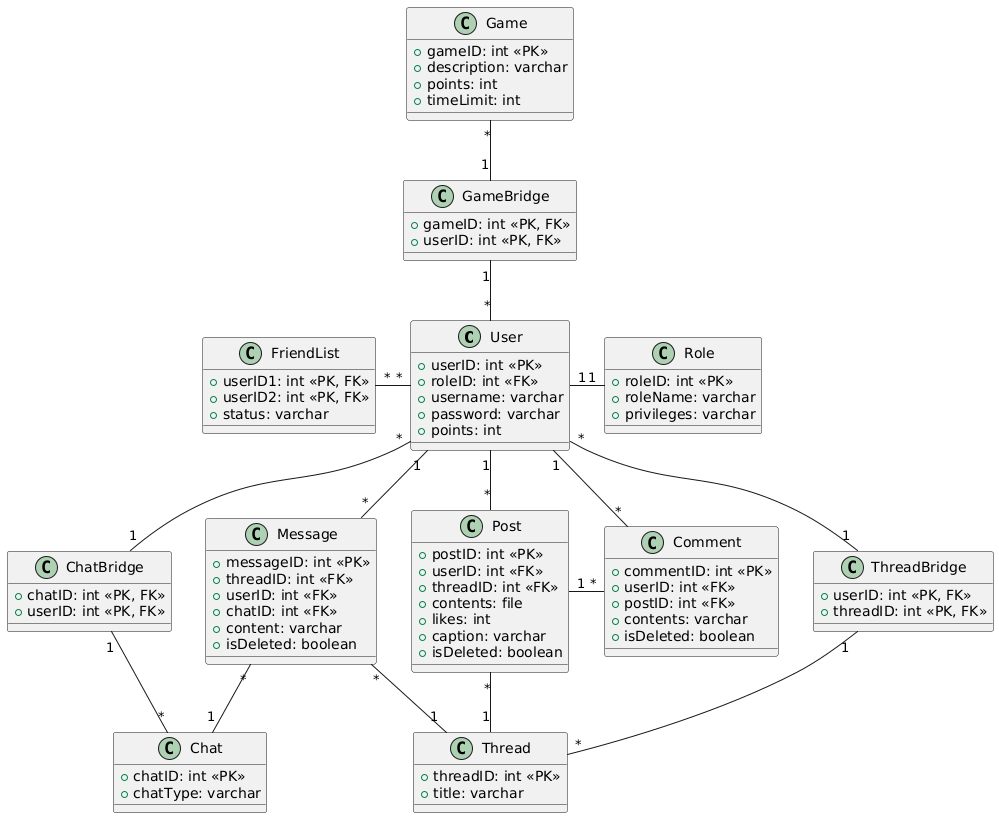
Above: Project/Documentation/ERD/ERD.png in AbSharum/CodeTogether (PlantUML), before the change. Source of this version:
```plantuml
@startuml
class User {
  +userID: int <<PK>>
  +roleID: int <<FK>>
  +username: varchar
  +password: varchar
  +points: int
}

class Role {
  +roleID: int <<PK>>
  +roleName: varchar
  +privileges: varchar
}

class FriendList {
  +userID1: int <<PK, FK>>
  +userID2: int <<PK, FK>>
  +status: varchar
}

class Post {
  +postID: int <<PK>>
  +userID: int <<FK>>
  +threadID: int <<FK>>
  +contents: file
  +likes: int
  +caption: varchar
  +isDeleted: boolean
}

class Comment {
  +commentID: int <<PK>>
  +userID: int <<FK>>
  +postID: int <<FK>>
  +contents: varchar
  +isDeleted: boolean
}

class Thread {
  +threadID: int <<PK>>
  +title: varchar
}

class ThreadBridge {
  +userID: int <<PK, FK>>
  +threadID: int <<PK, FK>>
}

class Chat {
  +chatID: int <<PK>>
  +chatType: varchar
}

class ChatBridge {
  +chatID: int <<PK, FK>>
  +userID: int <<PK, FK>>
}

class Message {
  +messageID: int <<PK>>
  +threadID: int <<FK>>
  +userID: int <<FK>>
  +chatID: int <<FK>>
  +content: varchar
  +isDeleted: boolean
}

class Game {
  +gameID: int <<PK>>
  +description: varchar
  +points: int
  +timeLimit: int
}

class GameBridge {
  +gameID: int <<PK, FK>>
  +userID: int <<PK, FK>>
}

User "1" -right- "1" Role
User "*" -left- "*" FriendList
User "1" -- "*" Post
User "1" -left- "*" Comment
User "1" -- "*" Message
User "*" -down- "1" ThreadBridge
User "*" -- "1" ChatBridge
User "*" -up- "1" GameBridge
ChatBridge "1" -down- "*" Chat
ThreadBridge "1" -- "*" Thread
Thread "1" -up- "*" Message
Thread "1" -up- "*" Post
Post "1" -right- "*" Comment
Chat "1" -left- "*" Message
Game "*" -down- "1" GameBridge
@enduml
```
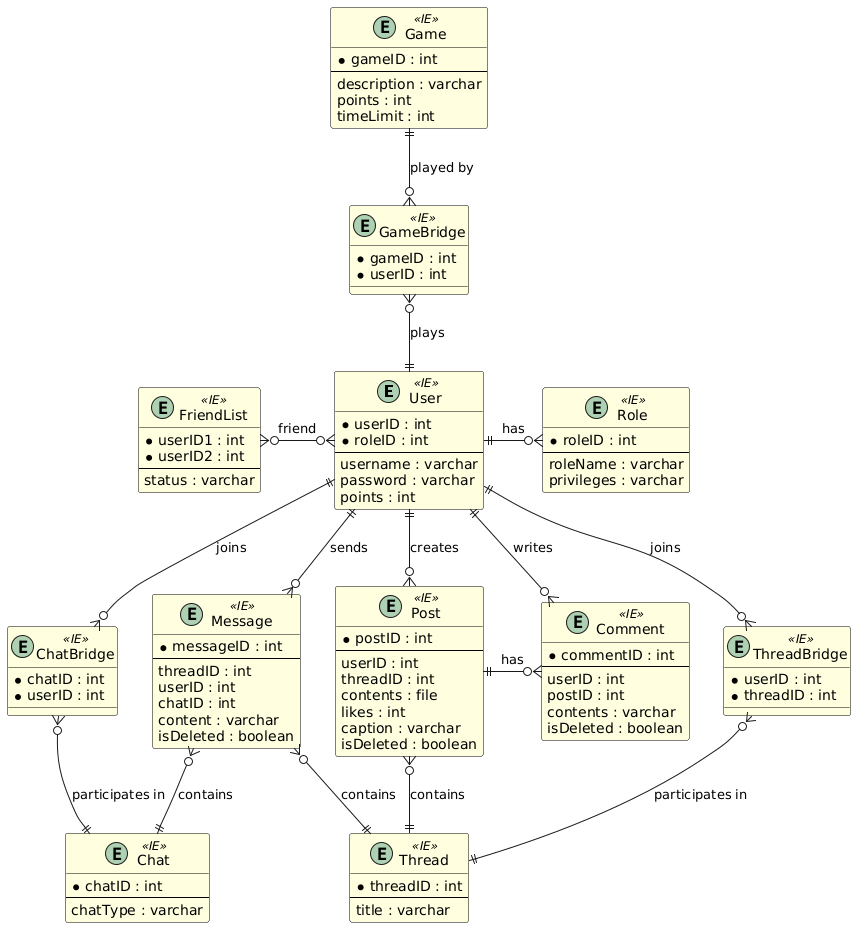
Later version of the same file.

Commit message:
update ERD uml

Change to the diagram source:
```diff
@@ -1,96 +1,111 @@
 @startuml
-class User {
-  +userID: int <<PK>>
-  +roleID: int <<FK>>
-  +username: varchar
-  +password: varchar
-  +points: int
+skinparam class {
+  BackgroundColor<<IE>> LightYellow
+  BorderColor<<IE>> Black
 }
 
-class Role {
-  +roleID: int <<PK>>
-  +roleName: varchar
-  +privileges: varchar
+entity User <<IE>> {
+  * userID : int
+  * roleID : int
+  --
+    username : varchar
+    password : varchar
+    points : int
 }
 
-class FriendList {
-  +userID1: int <<PK, FK>>
-  +userID2: int <<PK, FK>>
-  +status: varchar
+entity Role <<IE>> {
+  * roleID : int
+  --
+    roleName : varchar
+    privileges : varchar
 }
 
-class Post {
-  +postID: int <<PK>>
-  +userID: int <<FK>>
-  +threadID: int <<FK>>
-  +contents: file
-  +likes: int
-  +caption: varchar
-  +isDeleted: boolean
+entity FriendList <<IE>> {
+  * userID1 : int
+  * userID2 : int
+  --
+    status : varchar
 }
 
-class Comment {
-  +commentID: int <<PK>>
-  +userID: int <<FK>>
-  +postID: int <<FK>>
-  +contents: varchar
-  +isDeleted: boolean
+entity Post <<IE>> {
+  * postID : int
+  --
+    userID : int
+    threadID : int
+    contents : file
+    likes : int
+    caption : varchar
+    isDeleted : boolean
 }
 
-class Thread {
-  +threadID: int <<PK>>
-  +title: varchar
+entity Comment <<IE>> {
+  * commentID : int
+  --
+    userID : int
+    postID : int
+    contents : varchar
+    isDeleted : boolean
 }
 
-class ThreadBridge {
-  +userID: int <<PK, FK>>
-  +threadID: int <<PK, FK>>
+entity Thread <<IE>> {
+  * threadID : int
+  --
+    title : varchar
 }
 
-class Chat {
-  +chatID: int <<PK>>
-  +chatType: varchar
+entity ThreadBridge <<IE>> {
+  * userID : int
+  * threadID : int
 }
 
-class ChatBridge {
-  +chatID: int <<PK, FK>>
-  +userID: int <<PK, FK>>
+entity Chat <<IE>> {
+  * chatID : int
+  --
+    chatType : varchar
 }
 
-class Message {
-  +messageID: int <<PK>>
-  +threadID: int <<FK>>
-  +userID: int <<FK>>
-  +chatID: int <<FK>>
-  +content: varchar
-  +isDeleted: boolean
+entity ChatBridge <<IE>> {
+  * chatID : int
+  * userID : int
 }
 
-class Game {
-  +gameID: int <<PK>>
-  +description: varchar
-  +points: int
-  +timeLimit: int
+entity Message <<IE>> {
+  * messageID : int
+  --
+    threadID : int
+    userID : int
+    chatID : int
+    content : varchar
+    isDeleted : boolean
 }
 
-class GameBridge {
-  +gameID: int <<PK, FK>>
-  +userID: int <<PK, FK>>
+entity Game <<IE>> {
+  * gameID : int
+  --
+    description : varchar
+    points : int
+    timeLimit : int
 }
 
-User "1" -right- "1" Role
-User "*" -left- "*" FriendList
-User "1" -- "*" Post
-User "1" -left- "*" Comment
-User "1" -- "*" Message
-User "*" -down- "1" ThreadBridge
-User "*" -- "1" ChatBridge
-User "*" -up- "1" GameBridge
-ChatBridge "1" -down- "*" Chat
-ThreadBridge "1" -- "*" Thread
-Thread "1" -up- "*" Message
-Thread "1" -up- "*" Post
-Post "1" -right- "*" Comment
-Chat "1" -left- "*" Message
-Game "*" -down- "1" GameBridge
+entity GameBridge <<IE>> {
+  * gameID : int
+  * userID : int
+}
+
+User ||-right-o{ Role : "has"
+User }o-left-o{ FriendList : "friend"
+User ||--o{ Post : "creates"
+User ||-left-o{ Comment : "writes"
+User ||--o{ Message : "sends"
+User ||-down-o{ ThreadBridge : "joins"
+User ||--o{ ChatBridge : "joins"
+User ||-up-o{ GameBridge : "plays"
+
+ChatBridge }o-down-|| Chat : "participates in"
+ThreadBridge }o--|| Thread : "participates in"
+Thread ||-up-o{ Message : "contains"
+Thread ||-up-o{ Post : "contains"
+Post ||-right-o{ Comment : "has"
+Chat ||-left-o{ Message : "contains"
+Game ||-down-o{ GameBridge : "played by"
 @enduml
```
